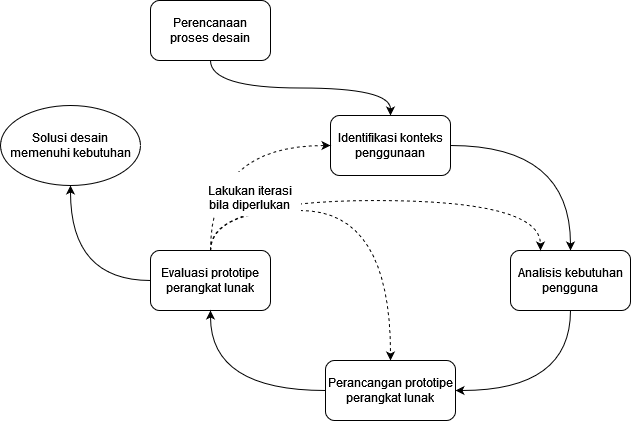
Before: src/resources/chapter-1-method.png, a diagram exported from draw.io (BaconLover307/ta-latex-uiux-digital-wellbeing). Source tidied: cells renumbered, new cells last; positions are measured from the earlier drawing's top-left corner, leaving out a move shared by most shapes.
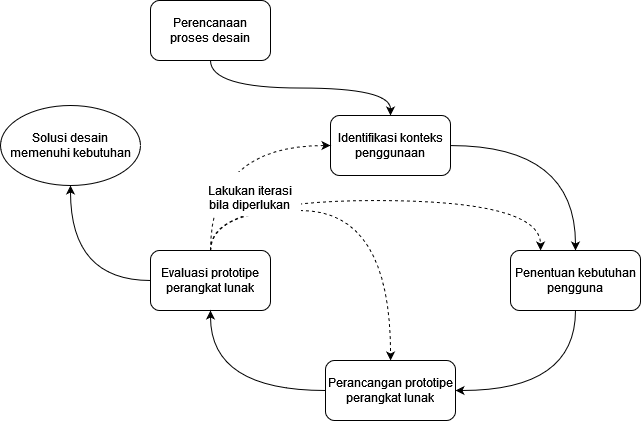
After the change.

Commit message:
Skenario Pengguna, Analisis Fitur

Change to the diagram source:
```diff
@@ -14,8 +14,8 @@
     <mxCell id="5" style="edgeStyle=orthogonalEdgeStyle;curved=1;rounded=0;jettySize=auto;html=1;entryX=1;entryY=0.5;entryDx=0;entryDy=0;exitX=0.5;exitY=1;exitDx=0;exitDy=0;" parent="1" edge="1" source="6" target="13">
       <mxGeometry relative="1" as="geometry" />
     </mxCell>
-    <mxCell id="6" value="&lt;div&gt;Analisis kebutuhan pengguna&lt;br&gt;&lt;/div&gt;" style="rounded=1;whiteSpace=wrap;html=1;" parent="1" vertex="1">
-      <mxGeometry x="510" y="250" width="120" height="60" as="geometry" />
+    <mxCell id="6" value="&lt;div&gt;Penentuan kebutuhan pengguna&lt;br&gt;&lt;/div&gt;" style="rounded=1;whiteSpace=wrap;html=1;" parent="1" vertex="1">
+      <mxGeometry x="510" y="250" width="130" height="60" as="geometry" />
     </mxCell>
     <mxCell id="7" style="edgeStyle=orthogonalEdgeStyle;curved=1;rounded=0;jettySize=auto;html=1;entryX=0.5;entryY=1;entryDx=0;entryDy=0;" parent="1" edge="1" source="11" target="15">
       <mxGeometry relative="1" as="geometry" />
@@ -27,7 +27,7 @@
         </Array>
       </mxGeometry>
     </mxCell>
-    <mxCell id="9" style="edgeStyle=orthogonalEdgeStyle;curved=1;rounded=0;jettySize=auto;html=1;entryX=0.25;entryY=0;entryDx=0;entryDy=0;dashed=1;exitX=0.5;exitY=0;exitDx=0;exitDy=0;" parent="1" edge="1" source="11" target="6">
+    <mxCell id="9" style="edgeStyle=orthogonalEdgeStyle;curved=1;rounded=0;jettySize=auto;html=1;dashed=1;exitX=0.5;exitY=0;exitDx=0;exitDy=0;" parent="1" edge="1" source="11" target="6">
       <mxGeometry relative="1" as="geometry">
         <Array as="points">
           <mxPoint x="210" y="200" />
```
